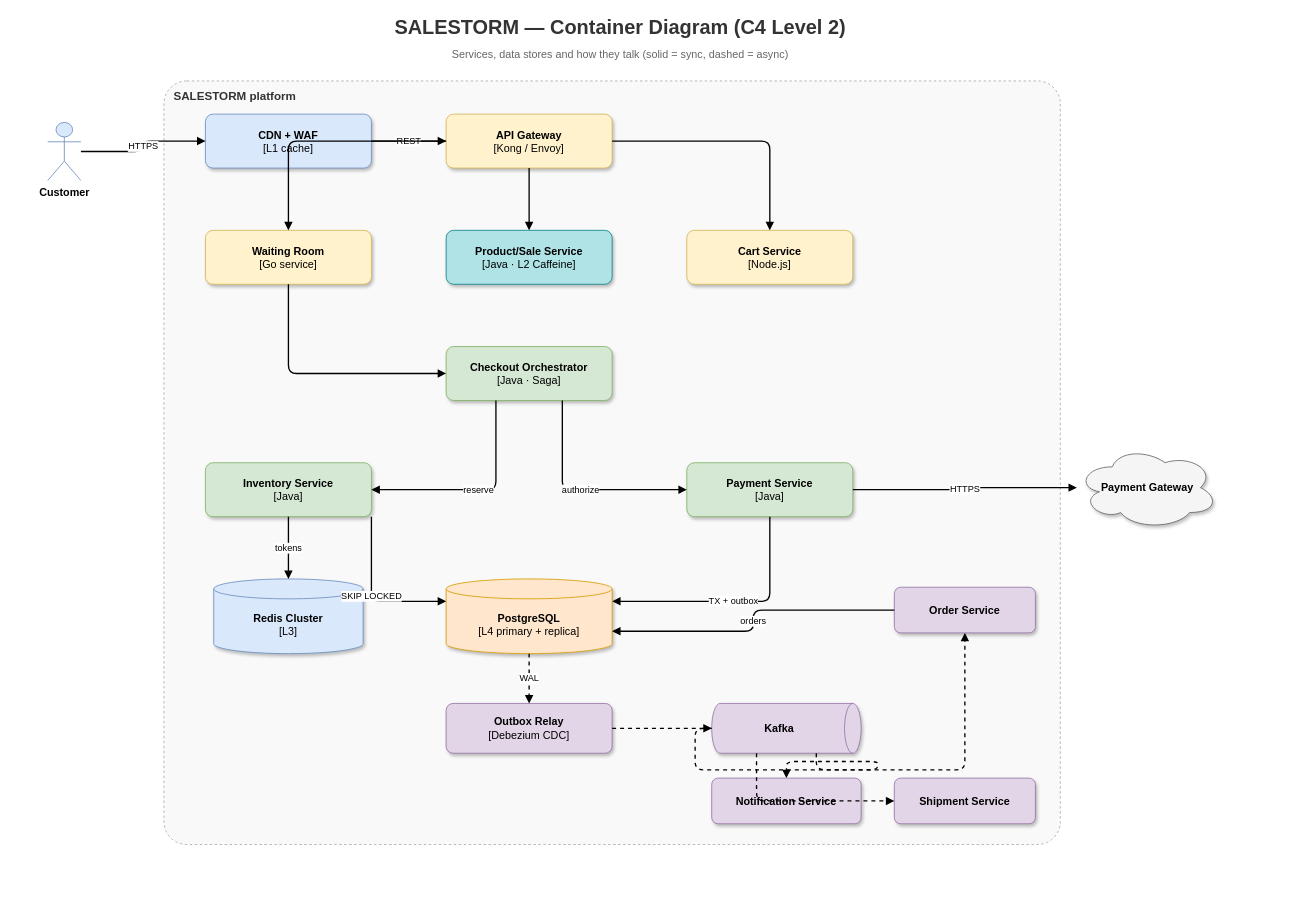
Before: 02_HLD/tools/container.drawio in sivaangayarkanni/SalesStrom-Ecommerce-platform, a draw.io diagram. Source tidied: cells renumbered, new cells numbered last; positions are measured from the earlier drawing's top-left corner, leaving out a move shared by most shapes. Both pictures are drawn from the tidied source at 83%, with x=0, y=0 at pixel (14, 14).
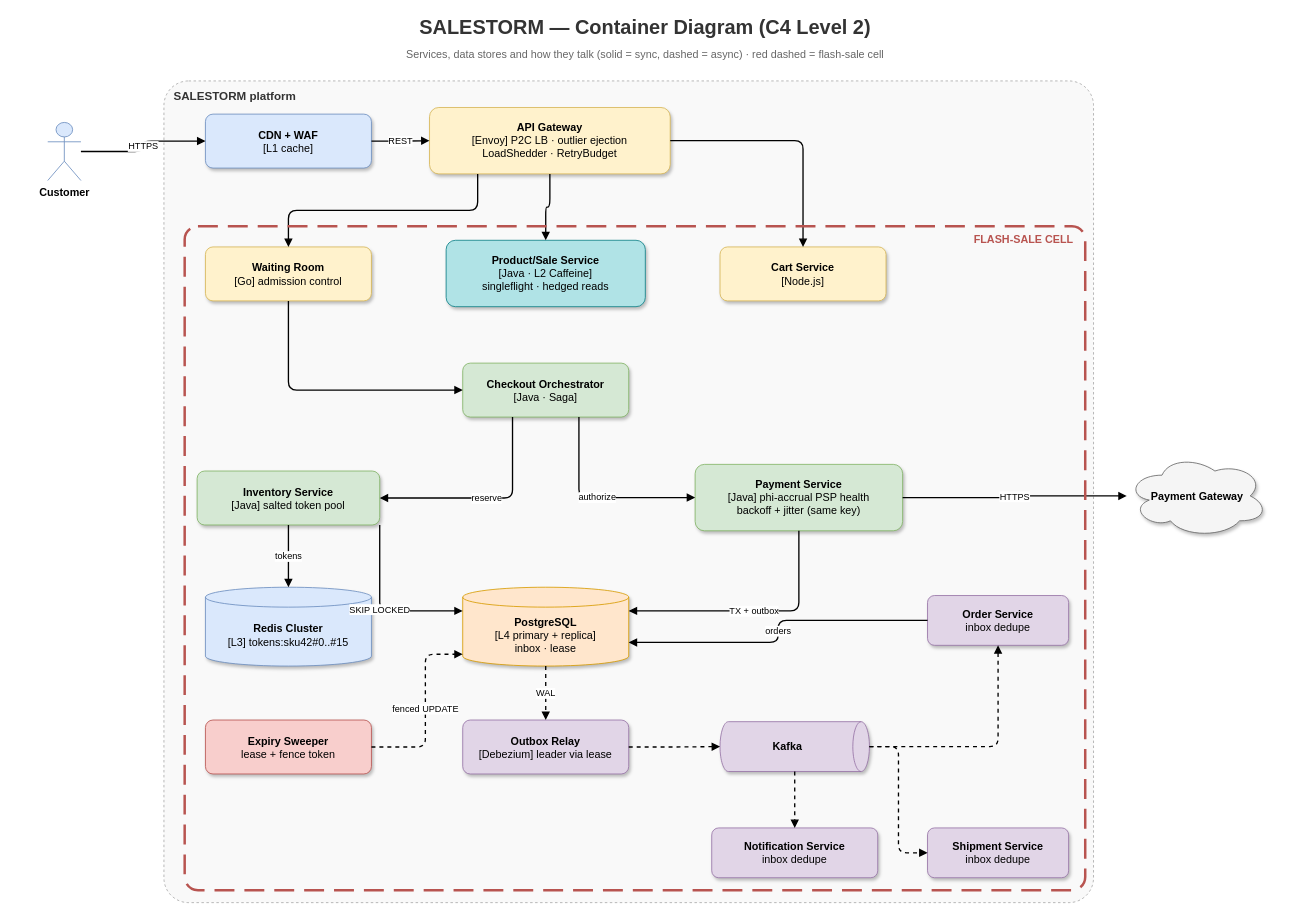
Above is the later version.

Unchanged cells that the change refers to:
```xml
<mxCell id="4" value="Customer" style="shape=umlActor;verticalLabelPosition=bottom;verticalAlign=top;html=1;outlineConnect=0;fontSize=13;fontStyle=1;fillColor=#dae8fc;strokeColor=#6c8ebf;" parent="1" vertex="1">
  <mxGeometry x="40" y="130" width="40" height="70" as="geometry" />
</mxCell>
<mxCell id="5" value="&lt;b&gt;CDN + WAF&lt;/b&gt;&lt;br&gt;[L1 cache]" style="rounded=1;whiteSpace=wrap;html=1;arcSize=14;shadow=1;fontSize=13;fillColor=#dae8fc;strokeColor=#6c8ebf;" parent="1" vertex="1">
  <mxGeometry x="230" y="120" width="200" height="65" as="geometry" />
</mxCell>
```

What changed in the source:
```diff
@@
-    <mxCell id="2" value="&lt;b&gt;SALESTORM — Container Diagram (C4 Level 2)&lt;/b&gt;&lt;br&gt;&lt;font style=&quot;font-size:13px&quot; color=&quot;#666666&quot;&gt;Services, data stores and how they talk (solid = sync, dashed = async)&lt;/font&gt;" style="text;html=1;strokeColor=none;fillColor=none;align=center;verticalAlign=middle;whiteSpace=wrap;fontSize=24;fontStyle=0;fontColor=#333333;" parent="1" vertex="1">
-      <mxGeometry width="1460" height="60" as="geometry" />
+    <mxCell id="2" value="&lt;b&gt;SALESTORM — Container Diagram (C4 Level 2)&lt;/b&gt;&lt;br&gt;&lt;font style=&quot;font-size:13px&quot; color=&quot;#666666&quot;&gt;Services, data stores and how they talk (solid = sync, dashed = async) · red dashed = flash-sale cell&lt;/font&gt;" style="text;html=1;strokeColor=none;fillColor=none;align=center;verticalAlign=middle;whiteSpace=wrap;fontSize=24;fontStyle=0;fontColor=#333333;" parent="1" vertex="1">
+      <mxGeometry width="1520" height="60" as="geometry" />
     </mxCell>
     <mxCell id="3" value="SALESTORM platform" style="rounded=1;whiteSpace=wrap;html=1;arcSize=3;fillColor=#f5f5f5;strokeColor=#666666;opacity=55;dashed=1;verticalAlign=top;align=left;spacingLeft=10;spacingTop=4;fontStyle=1;fontSize=14;fontColor=#333333;" parent="1" vertex="1">
-      <mxGeometry x="180" y="80" width="1080" height="920" as="geometry" />
+      <mxGeometry x="180" y="80" width="1120" height="990" as="geometry" />
     </mxCell>
@@
-    <mxCell id="6" value="&lt;b&gt;API Gateway&lt;/b&gt;&lt;br&gt;[Kong / Envoy]" style="rounded=1;whiteSpace=wrap;html=1;arcSize=14;shadow=1;fontSize=13;fillColor=#fff2cc;strokeColor=#d6b656;" parent="1" vertex="1">
-      <mxGeometry x="520" y="120" width="200" height="65" as="geometry" />
+    <mxCell id="6" value="&lt;b&gt;API Gateway&lt;/b&gt;&lt;br&gt;[Envoy] P2C LB · outlier ejection&lt;br&gt;LoadShedder · RetryBudget" style="rounded=1;whiteSpace=wrap;html=1;arcSize=14;shadow=1;fontSize=13;fillColor=#fff2cc;strokeColor=#d6b656;" parent="1" vertex="1">
+      <mxGeometry x="500" y="112" width="290" height="80" as="geometry" />
     </mxCell>
-    <mxCell id="7" value="&lt;b&gt;Waiting Room&lt;/b&gt;&lt;br&gt;[Go service]" style="rounded=1;whiteSpace=wrap;html=1;arcSize=14;shadow=1;fontSize=13;fillColor=#fff2cc;strokeColor=#d6b656;" parent="1" vertex="1">
-      <mxGeometry x="230" y="260" width="200" height="65" as="geometry" />
+    <mxCell id="7" value="&lt;b&gt;Waiting Room&lt;/b&gt;&lt;br&gt;[Go] admission control" style="rounded=1;whiteSpace=wrap;html=1;arcSize=14;shadow=1;fontSize=13;fillColor=#fff2cc;strokeColor=#d6b656;" parent="1" vertex="1">
+      <mxGeometry x="230" y="280" width="200" height="65" as="geometry" />
     </mxCell>
-    <mxCell id="8" value="&lt;b&gt;Product/Sale Service&lt;/b&gt;&lt;br&gt;[Java · L2 Caffeine]" style="rounded=1;whiteSpace=wrap;html=1;arcSize=14;shadow=1;fontSize=13;fillColor=#b0e3e6;strokeColor=#0e8088;" parent="1" vertex="1">
-      <mxGeometry x="520" y="260" width="200" height="65" as="geometry" />
+    <mxCell id="8" value="&lt;b&gt;Product/Sale Service&lt;/b&gt;&lt;br&gt;[Java · L2 Caffeine]&lt;br&gt;singleflight · hedged reads" style="rounded=1;whiteSpace=wrap;html=1;arcSize=14;shadow=1;fontSize=13;fillColor=#b0e3e6;strokeColor=#0e8088;" parent="1" vertex="1">
+      <mxGeometry x="520" y="272" width="240" height="80" as="geometry" />
     </mxCell>
     <mxCell id="9" value="&lt;b&gt;Cart Service&lt;/b&gt;&lt;br&gt;[Node.js]" style="rounded=1;whiteSpace=wrap;html=1;arcSize=14;shadow=1;fontSize=13;fillColor=#fff2cc;strokeColor=#d6b656;" parent="1" vertex="1">
-      <mxGeometry x="810" y="260" width="200" height="65" as="geometry" />
+      <mxGeometry x="850" y="280" width="200" height="65" as="geometry" />
     </mxCell>
     <mxCell id="10" value="&lt;b&gt;Checkout Orchestrator&lt;/b&gt;&lt;br&gt;[Java · Saga]" style="rounded=1;whiteSpace=wrap;html=1;arcSize=14;shadow=1;fontSize=13;fillColor=#d5e8d4;strokeColor=#82b366;" parent="1" vertex="1">
-      <mxGeometry x="520" y="400" width="200" height="65" as="geometry" />
+      <mxGeometry x="540" y="420" width="200" height="65" as="geometry" />
     </mxCell>
-    <mxCell id="11" value="&lt;b&gt;Inventory Service&lt;/b&gt;&lt;br&gt;[Java]" style="rounded=1;whiteSpace=wrap;html=1;arcSize=14;shadow=1;fontSize=13;fillColor=#d5e8d4;strokeColor=#82b366;" parent="1" vertex="1">
-      <mxGeometry x="230" y="540" width="200" height="65" as="geometry" />
+    <mxCell id="11" value="&lt;b&gt;Inventory Service&lt;/b&gt;&lt;br&gt;[Java] salted token pool" style="rounded=1;whiteSpace=wrap;html=1;arcSize=14;shadow=1;fontSize=13;fillColor=#d5e8d4;strokeColor=#82b366;" parent="1" vertex="1">
+      <mxGeometry x="220" y="550" width="220" height="65" as="geometry" />
     </mxCell>
-    <mxCell id="12" value="&lt;b&gt;Payment Service&lt;/b&gt;&lt;br&gt;[Java]" style="rounded=1;whiteSpace=wrap;html=1;arcSize=14;shadow=1;fontSize=13;fillColor=#d5e8d4;strokeColor=#82b366;" parent="1" vertex="1">
-      <mxGeometry x="810" y="540" width="200" height="65" as="geometry" />
+    <mxCell id="12" value="&lt;b&gt;Payment Service&lt;/b&gt;&lt;br&gt;[Java] phi-accrual PSP health&lt;br&gt;backoff + jitter (same key)" style="rounded=1;whiteSpace=wrap;html=1;arcSize=14;shadow=1;fontSize=13;fillColor=#d5e8d4;strokeColor=#82b366;" parent="1" vertex="1">
+      <mxGeometry x="820" y="542" width="250" height="80" as="geometry" />
     </mxCell>
-    <mxCell id="13" value="&lt;b&gt;Redis Cluster&lt;/b&gt;&lt;br&gt;[L3]" style="shape=cylinder3;whiteSpace=wrap;html=1;boundedLbl=1;backgroundOutline=1;size=12;shadow=1;fontSize=13;fillColor=#dae8fc;strokeColor=#6c8ebf;" parent="1" vertex="1">
-      <mxGeometry x="240" y="680" width="180" height="90" as="geometry" />
+    <mxCell id="13" value="&lt;b&gt;Redis Cluster&lt;/b&gt;&lt;br&gt;[L3] tokens:sku42#0..#15" style="shape=cylinder3;whiteSpace=wrap;html=1;boundedLbl=1;backgroundOutline=1;size=12;shadow=1;fontSize=13;fillColor=#dae8fc;strokeColor=#6c8ebf;" parent="1" vertex="1">
+      <mxGeometry x="230" y="690" width="200" height="95" as="geometry" />
     </mxCell>
-    <mxCell id="14" value="&lt;b&gt;PostgreSQL&lt;/b&gt;&lt;br&gt;[L4 primary + replica]" style="shape=cylinder3;whiteSpace=wrap;html=1;boundedLbl=1;backgroundOutline=1;size=12;shadow=1;fontSize=13;fillColor=#ffe6cc;strokeColor=#d79b00;" parent="1" vertex="1">
-      <mxGeometry x="520" y="680" width="200" height="90" as="geometry" />
+    <mxCell id="14" value="&lt;b&gt;PostgreSQL&lt;/b&gt;&lt;br&gt;[L4 primary + replica]&lt;br&gt;inbox · lease" style="shape=cylinder3;whiteSpace=wrap;html=1;boundedLbl=1;backgroundOutline=1;size=12;shadow=1;fontSize=13;fillColor=#ffe6cc;strokeColor=#d79b00;" parent="1" vertex="1">
+      <mxGeometry x="540" y="690" width="200" height="95" as="geometry" />
     </mxCell>
-    <mxCell id="15" value="&lt;b&gt;Outbox Relay&lt;/b&gt;&lt;br&gt;[Debezium CDC]" style="rounded=1;whiteSpace=wrap;html=1;arcSize=14;shadow=1;fontSize=13;fillColor=#e1d5e7;strokeColor=#9673a6;" parent="1" vertex="1">
-      <mxGeometry x="520" y="830" width="200" height="60" as="geometry" />
+    <mxCell id="15" value="&lt;b&gt;Outbox Relay&lt;/b&gt;&lt;br&gt;[Debezium] leader via lease" style="rounded=1;whiteSpace=wrap;html=1;arcSize=14;shadow=1;fontSize=13;fillColor=#e1d5e7;strokeColor=#9673a6;" parent="1" vertex="1">
+      <mxGeometry x="540" y="850" width="200" height="65" as="geometry" />
     </mxCell>
-    <mxCell id="16" value="&lt;b&gt;Kafka&lt;/b&gt;" style="shape=cylinder3;whiteSpace=wrap;html=1;boundedLbl=1;backgroundOutline=1;size=10;direction=south;shadow=1;fontSize=13;fillColor=#e1d5e7;strokeColor=#9673a6;" parent="1" vertex="1">
-      <mxGeometry x="840" y="830" width="180" height="60" as="geometry" />
+    <mxCell id="16" value="&lt;b&gt;Expiry Sweeper&lt;/b&gt;&lt;br&gt;lease + fence token" style="rounded=1;whiteSpace=wrap;html=1;arcSize=14;shadow=1;fontSize=13;fillColor=#f8cecc;strokeColor=#b85450;" parent="1" vertex="1">
+      <mxGeometry x="230" y="850" width="200" height="65" as="geometry" />
     </mxCell>
-    <mxCell id="17" value="&lt;b&gt;Order Service&lt;/b&gt;" style="rounded=1;whiteSpace=wrap;html=1;arcSize=14;shadow=1;fontSize=13;fillColor=#e1d5e7;strokeColor=#9673a6;" parent="1" vertex="1">
-      <mxGeometry x="1060" y="690" width="170" height="55" as="geometry" />
+    <mxCell id="17" value="&lt;b&gt;Kafka&lt;/b&gt;" style="shape=cylinder3;whiteSpace=wrap;html=1;boundedLbl=1;backgroundOutline=1;size=10;direction=south;shadow=1;fontSize=13;fillColor=#e1d5e7;strokeColor=#9673a6;" parent="1" vertex="1">
+      <mxGeometry x="850" y="852" width="180" height="60" as="geometry" />
     </mxCell>
-    <mxCell id="18" value="&lt;b&gt;Shipment Service&lt;/b&gt;" style="rounded=1;whiteSpace=wrap;html=1;arcSize=14;shadow=1;fontSize=13;fillColor=#e1d5e7;strokeColor=#9673a6;" parent="1" vertex="1">
-      <mxGeometry x="1060" y="920" width="170" height="55" as="geometry" />
+    <mxCell id="18" value="&lt;b&gt;Order Service&lt;/b&gt;&lt;br&gt;inbox dedupe" style="rounded=1;whiteSpace=wrap;html=1;arcSize=14;shadow=1;fontSize=13;fillColor=#e1d5e7;strokeColor=#9673a6;" parent="1" vertex="1">
+      <mxGeometry x="1100" y="700" width="170" height="60" as="geometry" />
     </mxCell>
-    <mxCell id="19" value="&lt;b&gt;Notification Service&lt;/b&gt;" style="rounded=1;whiteSpace=wrap;html=1;arcSize=14;shadow=1;fontSize=13;fillColor=#e1d5e7;strokeColor=#9673a6;" parent="1" vertex="1">
-      <mxGeometry x="840" y="920" width="180" height="55" as="geometry" />
+    <mxCell id="19" value="&lt;b&gt;Shipment Service&lt;/b&gt;&lt;br&gt;inbox dedupe" style="rounded=1;whiteSpace=wrap;html=1;arcSize=14;shadow=1;fontSize=13;fillColor=#e1d5e7;strokeColor=#9673a6;" parent="1" vertex="1">
+      <mxGeometry x="1100" y="980" width="170" height="60" as="geometry" />
     </mxCell>
-    <mxCell id="20" value="&lt;b&gt;Payment Gateway&lt;/b&gt;" style="ellipse;shape=cloud;whiteSpace=wrap;html=1;shadow=1;fontSize=13;fillColor=#f5f5f5;strokeColor=#666666;" parent="1" vertex="1">
-      <mxGeometry x="1280" y="520" width="170" height="100" as="geometry" />
+    <mxCell id="20" value="&lt;b&gt;Notification Service&lt;/b&gt;&lt;br&gt;inbox dedupe" style="rounded=1;whiteSpace=wrap;html=1;arcSize=14;shadow=1;fontSize=13;fillColor=#e1d5e7;strokeColor=#9673a6;" parent="1" vertex="1">
+      <mxGeometry x="840" y="980" width="200" height="60" as="geometry" />
     </mxCell>
-    <mxCell id="21" value="HTTPS" style="edgeStyle=orthogonalEdgeStyle;rounded=1;jettySize=auto;html=1;endArrow=block;endFill=1;strokeWidth=1.6;fontSize=11;labelBackgroundColor=#ffffff;" parent="1" edge="1" source="4" target="5">
-      <mxGeometry relative="1" as="geometry" />
-    </mxCell>
+    <mxCell id="39" value="&lt;b&gt;Payment Gateway&lt;/b&gt;" style="ellipse;shape=cloud;whiteSpace=wrap;html=1;shadow=1;fontSize=13;fillColor=#f5f5f5;strokeColor=#666666;" parent="1" vertex="1">
+      <mxGeometry x="1340" y="530" width="170" height="100" as="geometry" />
+    </mxCell>
-    <mxCell id="22" value="REST" style="edgeStyle=orthogonalEdgeStyle;rounded=1;jettySize=auto;html=1;endArrow=block;endFill=1;strokeWidth=1.6;fontSize=11;labelBackgroundColor=#ffffff;" parent="1" edge="1" source="5" target="6">
+    <mxCell id="22" value="HTTPS" style="edgeStyle=orthogonalEdgeStyle;rounded=1;jettySize=auto;html=1;endArrow=block;endFill=1;strokeWidth=1.6;fontSize=11;labelBackgroundColor=#ffffff;" parent="1" edge="1" source="4" target="5">
       <mxGeometry relative="1" as="geometry" />
     </mxCell>
-    <mxCell id="23" style="edgeStyle=orthogonalEdgeStyle;rounded=1;jettySize=auto;html=1;endArrow=block;endFill=1;strokeWidth=1.6;fontSize=11;labelBackgroundColor=#ffffff;" parent="1" edge="1" source="6" target="7">
+    <mxCell id="23" value="REST" style="edgeStyle=orthogonalEdgeStyle;rounded=1;jettySize=auto;html=1;endArrow=block;endFill=1;strokeWidth=1.6;fontSize=11;labelBackgroundColor=#ffffff;" parent="1" edge="1" source="5" target="6">
       <mxGeometry relative="1" as="geometry" />
     </mxCell>
-    <mxCell id="24" style="edgeStyle=orthogonalEdgeStyle;rounded=1;jettySize=auto;html=1;endArrow=block;endFill=1;strokeWidth=1.6;fontSize=11;labelBackgroundColor=#ffffff;" parent="1" edge="1" source="6" target="8">
+    <mxCell id="24" style="edgeStyle=orthogonalEdgeStyle;rounded=1;jettySize=auto;html=1;endArrow=block;endFill=1;strokeWidth=1.6;fontSize=11;labelBackgroundColor=#ffffff;exitX=0.2;exitY=1;exitDx=0;exitDy=0;entryX=0.5;entryY=0;entryDx=0;entryDy=0;" parent="1" edge="1" source="6" target="7">
       <mxGeometry relative="1" as="geometry" />
     </mxCell>
-    <mxCell id="25" style="edgeStyle=orthogonalEdgeStyle;rounded=1;jettySize=auto;html=1;endArrow=block;endFill=1;strokeWidth=1.6;fontSize=11;labelBackgroundColor=#ffffff;exitX=1;exitY=0.5;exitDx=0;exitDy=0;entryX=0.5;entryY=0;entryDx=0;entryDy=0;" parent="1" edge="1" source="6" target="9">
+    <mxCell id="25" style="edgeStyle=orthogonalEdgeStyle;rounded=1;jettySize=auto;html=1;endArrow=block;endFill=1;strokeWidth=1.6;fontSize=11;labelBackgroundColor=#ffffff;" parent="1" edge="1" source="6" target="8">
       <mxGeometry relative="1" as="geometry" />
     </mxCell>
-    <mxCell id="26" style="edgeStyle=orthogonalEdgeStyle;rounded=1;jettySize=auto;html=1;endArrow=block;endFill=1;strokeWidth=1.6;fontSize=11;labelBackgroundColor=#ffffff;exitX=0.5;exitY=1;exitDx=0;exitDy=0;entryX=0;entryY=0.5;entryDx=0;entryDy=0;" parent="1" edge="1" source="7" target="10">
+    <mxCell id="26" style="edgeStyle=orthogonalEdgeStyle;rounded=1;jettySize=auto;html=1;endArrow=block;endFill=1;strokeWidth=1.6;fontSize=11;labelBackgroundColor=#ffffff;exitX=1;exitY=0.5;exitDx=0;exitDy=0;entryX=0.5;entryY=0;entryDx=0;entryDy=0;" parent="1" edge="1" source="6" target="9">
       <mxGeometry relative="1" as="geometry" />
     </mxCell>
-    <mxCell id="27" value="reserve" style="edgeStyle=orthogonalEdgeStyle;rounded=1;jettySize=auto;html=1;endArrow=block;endFill=1;strokeWidth=1.6;fontSize=11;labelBackgroundColor=#ffffff;exitX=0.3;exitY=1;exitDx=0;exitDy=0;entryX=1;entryY=0.5;entryDx=0;entryDy=0;" parent="1" edge="1" source="10" target="11">
+    <mxCell id="27" style="edgeStyle=orthogonalEdgeStyle;rounded=1;jettySize=auto;html=1;endArrow=block;endFill=1;strokeWidth=1.6;fontSize=11;labelBackgroundColor=#ffffff;exitX=0.5;exitY=1;exitDx=0;exitDy=0;entryX=0;entryY=0.5;entryDx=0;entryDy=0;" parent="1" edge="1" source="7" target="10">
       <mxGeometry relative="1" as="geometry" />
     </mxCell>
-    <mxCell id="28" value="authorize" style="edgeStyle=orthogonalEdgeStyle;rounded=1;jettySize=auto;html=1;endArrow=block;endFill=1;strokeWidth=1.6;fontSize=11;labelBackgroundColor=#ffffff;exitX=0.7;exitY=1;exitDx=0;exitDy=0;entryX=0;entryY=0.5;entryDx=0;entryDy=0;" parent="1" edge="1" source="10" target="12">
+    <mxCell id="28" value="reserve" style="edgeStyle=orthogonalEdgeStyle;rounded=1;jettySize=auto;html=1;endArrow=block;endFill=1;strokeWidth=1.6;fontSize=11;labelBackgroundColor=#ffffff;exitX=0.3;exitY=1;exitDx=0;exitDy=0;entryX=1;entryY=0.5;entryDx=0;entryDy=0;" parent="1" edge="1" source="10" target="11">
       <mxGeometry relative="1" as="geometry" />
     </mxCell>
-    <mxCell id="29" value="tokens" style="edgeStyle=orthogonalEdgeStyle;rounded=1;jettySize=auto;html=1;endArrow=block;endFill=1;strokeWidth=1.6;fontSize=11;labelBackgroundColor=#ffffff;" parent="1" edge="1" source="11" target="13">
+    <mxCell id="29" value="authorize" style="edgeStyle=orthogonalEdgeStyle;rounded=1;jettySize=auto;html=1;endArrow=block;endFill=1;strokeWidth=1.6;fontSize=11;labelBackgroundColor=#ffffff;exitX=0.7;exitY=1;exitDx=0;exitDy=0;entryX=0;entryY=0.5;entryDx=0;entryDy=0;" parent="1" edge="1" source="10" target="12">
       <mxGeometry relative="1" as="geometry" />
     </mxCell>
-    <mxCell id="30" value="SKIP LOCKED" style="edgeStyle=orthogonalEdgeStyle;rounded=1;jettySize=auto;html=1;endArrow=block;endFill=1;strokeWidth=1.6;fontSize=11;labelBackgroundColor=#ffffff;exitX=1;exitY=1;exitDx=0;exitDy=0;entryX=0;entryY=0.3;entryDx=0;entryDy=0;" parent="1" edge="1" source="11" target="14">
+    <mxCell id="30" value="tokens" style="edgeStyle=orthogonalEdgeStyle;rounded=1;jettySize=auto;html=1;endArrow=block;endFill=1;strokeWidth=1.6;fontSize=11;labelBackgroundColor=#ffffff;" parent="1" edge="1" source="11" target="13">
       <mxGeometry relative="1" as="geometry" />
     </mxCell>
-    <mxCell id="31" value="TX + outbox" style="edgeStyle=orthogonalEdgeStyle;rounded=1;jettySize=auto;html=1;endArrow=block;endFill=1;strokeWidth=1.6;fontSize=11;labelBackgroundColor=#ffffff;exitX=0.5;exitY=1;exitDx=0;exitDy=0;entryX=1;entryY=0.3;entryDx=0;entryDy=0;" parent="1" edge="1" source="12" target="14">
+    <mxCell id="31" value="SKIP LOCKED" style="edgeStyle=orthogonalEdgeStyle;rounded=1;jettySize=auto;html=1;endArrow=block;endFill=1;strokeWidth=1.6;fontSize=11;labelBackgroundColor=#ffffff;exitX=1;exitY=1;exitDx=0;exitDy=0;entryX=0;entryY=0.3;entryDx=0;entryDy=0;" parent="1" edge="1" source="11" target="14">
       <mxGeometry relative="1" as="geometry" />
     </mxCell>
-    <mxCell id="32" value="HTTPS" style="edgeStyle=orthogonalEdgeStyle;rounded=1;jettySize=auto;html=1;endArrow=block;endFill=1;strokeWidth=1.6;fontSize=11;labelBackgroundColor=#ffffff;" parent="1" edge="1" source="12" target="20">
+    <mxCell id="32" value="TX + outbox" style="edgeStyle=orthogonalEdgeStyle;rounded=1;jettySize=auto;html=1;endArrow=block;endFill=1;strokeWidth=1.6;fontSize=11;labelBackgroundColor=#ffffff;exitX=0.5;exitY=1;exitDx=0;exitDy=0;entryX=1;entryY=0.3;entryDx=0;entryDy=0;" parent="1" edge="1" source="12" target="14">
       <mxGeometry relative="1" as="geometry" />
     </mxCell>
-    <mxCell id="33" value="WAL" style="edgeStyle=orthogonalEdgeStyle;rounded=1;jettySize=auto;html=1;endArrow=block;endFill=1;strokeWidth=1.6;fontSize=11;labelBackgroundColor=#ffffff;dashed=1;" parent="1" edge="1" source="14" target="15">
+    <mxCell id="33" value="HTTPS" style="edgeStyle=orthogonalEdgeStyle;rounded=1;jettySize=auto;html=1;endArrow=block;endFill=1;strokeWidth=1.6;fontSize=11;labelBackgroundColor=#ffffff;" parent="1" edge="1" source="12" target="39">
       <mxGeometry relative="1" as="geometry" />
     </mxCell>
-    <mxCell id="34" style="edgeStyle=orthogonalEdgeStyle;rounded=1;jettySize=auto;html=1;endArrow=block;endFill=1;strokeWidth=1.6;fontSize=11;labelBackgroundColor=#ffffff;dashed=1;" parent="1" edge="1" source="15" target="16">
+    <mxCell id="34" value="WAL" style="edgeStyle=orthogonalEdgeStyle;rounded=1;jettySize=auto;html=1;endArrow=block;endFill=1;strokeWidth=1.6;fontSize=11;labelBackgroundColor=#ffffff;dashed=1;" parent="1" edge="1" source="14" target="15">
       <mxGeometry relative="1" as="geometry" />
     </mxCell>
-    <mxCell id="35" style="edgeStyle=orthogonalEdgeStyle;rounded=1;jettySize=auto;html=1;endArrow=block;endFill=1;strokeWidth=1.6;fontSize=11;labelBackgroundColor=#ffffff;dashed=1;exitX=1;exitY=0.3;exitDx=0;exitDy=0;entryX=0.5;entryY=1;entryDx=0;entryDy=0;" parent="1" edge="1" source="16" target="17">
+    <mxCell id="35" style="edgeStyle=orthogonalEdgeStyle;rounded=1;jettySize=auto;html=1;endArrow=block;endFill=1;strokeWidth=1.6;fontSize=11;labelBackgroundColor=#ffffff;dashed=1;" parent="1" edge="1" source="15" target="17">
       <mxGeometry relative="1" as="geometry" />
     </mxCell>
-    <mxCell id="36" style="edgeStyle=orthogonalEdgeStyle;rounded=1;jettySize=auto;html=1;endArrow=block;endFill=1;strokeWidth=1.6;fontSize=11;labelBackgroundColor=#ffffff;dashed=1;exitX=0.5;exitY=1;exitDx=0;exitDy=0;entryX=0.5;entryY=0;entryDx=0;entryDy=0;" parent="1" edge="1" source="16" target="19">
-      <mxGeometry relative="1" as="geometry" />
+    <mxCell id="36" value="fenced UPDATE" style="edgeStyle=orthogonalEdgeStyle;rounded=1;jettySize=auto;html=1;endArrow=block;endFill=1;strokeWidth=1.6;fontSize=11;labelBackgroundColor=#ffffff;dashed=1;exitX=1;exitY=0.5;exitDx=0;exitDy=0;entryX=0;entryY=0.85;entryDx=0;entryDy=0;" parent="1" edge="1" source="16" target="14">
+      <mxGeometry relative="1" as="geometry">
+        <Array as="points">
+          <mxPoint x="495" y="882" />
+          <mxPoint x="495" y="771" />
+        </Array>
+      </mxGeometry>
     </mxCell>
-    <mxCell id="37" style="edgeStyle=orthogonalEdgeStyle;rounded=1;jettySize=auto;html=1;endArrow=block;endFill=1;strokeWidth=1.6;fontSize=11;labelBackgroundColor=#ffffff;dashed=1;exitX=1;exitY=0.7;exitDx=0;exitDy=0;entryX=0;entryY=0.5;entryDx=0;entryDy=0;" parent="1" edge="1" source="16" target="18">
+    <mxCell id="37" style="edgeStyle=orthogonalEdgeStyle;rounded=1;jettySize=auto;html=1;endArrow=block;endFill=1;strokeWidth=1.6;fontSize=11;labelBackgroundColor=#ffffff;dashed=1;entryX=0.5;entryY=1;entryDx=0;entryDy=0;" parent="1" edge="1" source="17" target="18">
       <mxGeometry relative="1" as="geometry" />
     </mxCell>
-    <mxCell id="38" value="orders" style="edgeStyle=orthogonalEdgeStyle;rounded=1;jettySize=auto;html=1;endArrow=block;endFill=1;strokeWidth=1.6;fontSize=11;labelBackgroundColor=#ffffff;exitX=0;exitY=0.5;exitDx=0;exitDy=0;entryX=1;entryY=0.7;entryDx=0;entryDy=0;" parent="1" edge="1" source="17" target="14">
+    <mxCell id="38" style="edgeStyle=orthogonalEdgeStyle;rounded=1;jettySize=auto;html=1;endArrow=block;endFill=1;strokeWidth=1.6;fontSize=11;labelBackgroundColor=#ffffff;dashed=1;entryX=0.5;entryY=0;entryDx=0;entryDy=0;" parent="1" edge="1" source="17" target="20">
       <mxGeometry relative="1" as="geometry" />
     </mxCell>
+    <mxCell id="40" style="edgeStyle=orthogonalEdgeStyle;rounded=1;jettySize=auto;html=1;endArrow=block;endFill=1;strokeWidth=1.6;fontSize=11;labelBackgroundColor=#ffffff;dashed=1;entryX=0;entryY=0.5;entryDx=0;entryDy=0;" parent="1" edge="1" source="17" target="19">
+      <mxGeometry relative="1" as="geometry" />
+    </mxCell>
+    <mxCell id="41" value="orders" style="edgeStyle=orthogonalEdgeStyle;rounded=1;jettySize=auto;html=1;endArrow=block;endFill=1;strokeWidth=1.6;fontSize=11;labelBackgroundColor=#ffffff;exitX=0;exitY=0.5;exitDx=0;exitDy=0;entryX=1;entryY=0.7;entryDx=0;entryDy=0;" parent="1" edge="1" source="18" target="14">
+      <mxGeometry relative="1" as="geometry" />
+    </mxCell>
+    <mxCell id="42" value="FLASH-SALE CELL" style="rounded=1;whiteSpace=wrap;html=1;arcSize=2;fillColor=none;strokeColor=#b85450;strokeWidth=3;dashed=1;dashPattern=8 4;verticalAlign=top;align=right;spacingRight=12;spacingTop=2;fontStyle=1;fontSize=13;fontColor=#b85450;" parent="1" vertex="1">
+      <mxGeometry x="205" y="255" width="1085" height="800" as="geometry" />
+    </mxCell>
```
